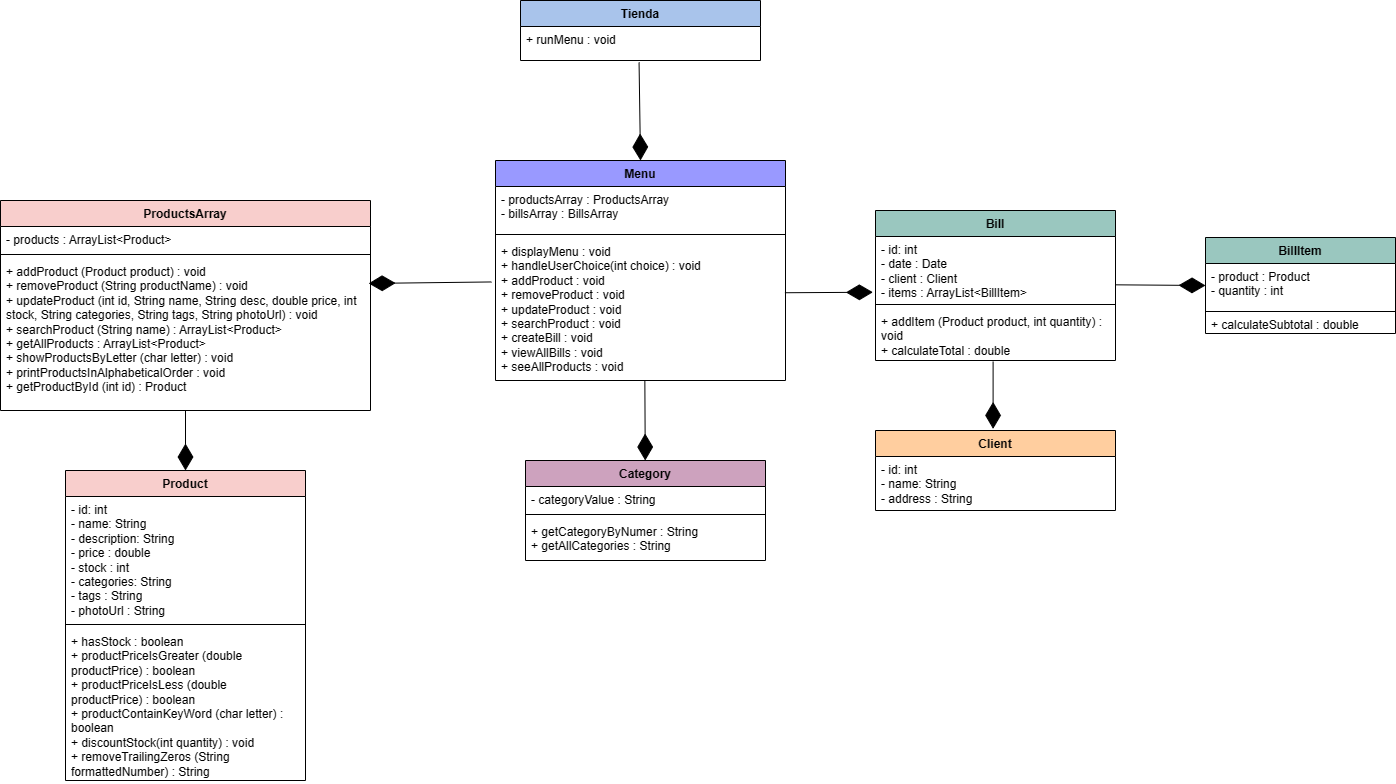
The draw.io diagram src/main/java/UML/Diagrama Tienda.drawio.png in ggomez1403/proyecto-app-tienda-ada, before a commit. Source tidied: cells renumbered, new cells last; positions are measured from the earlier drawing's top-left corner, leaving out a move shared by most shapes.
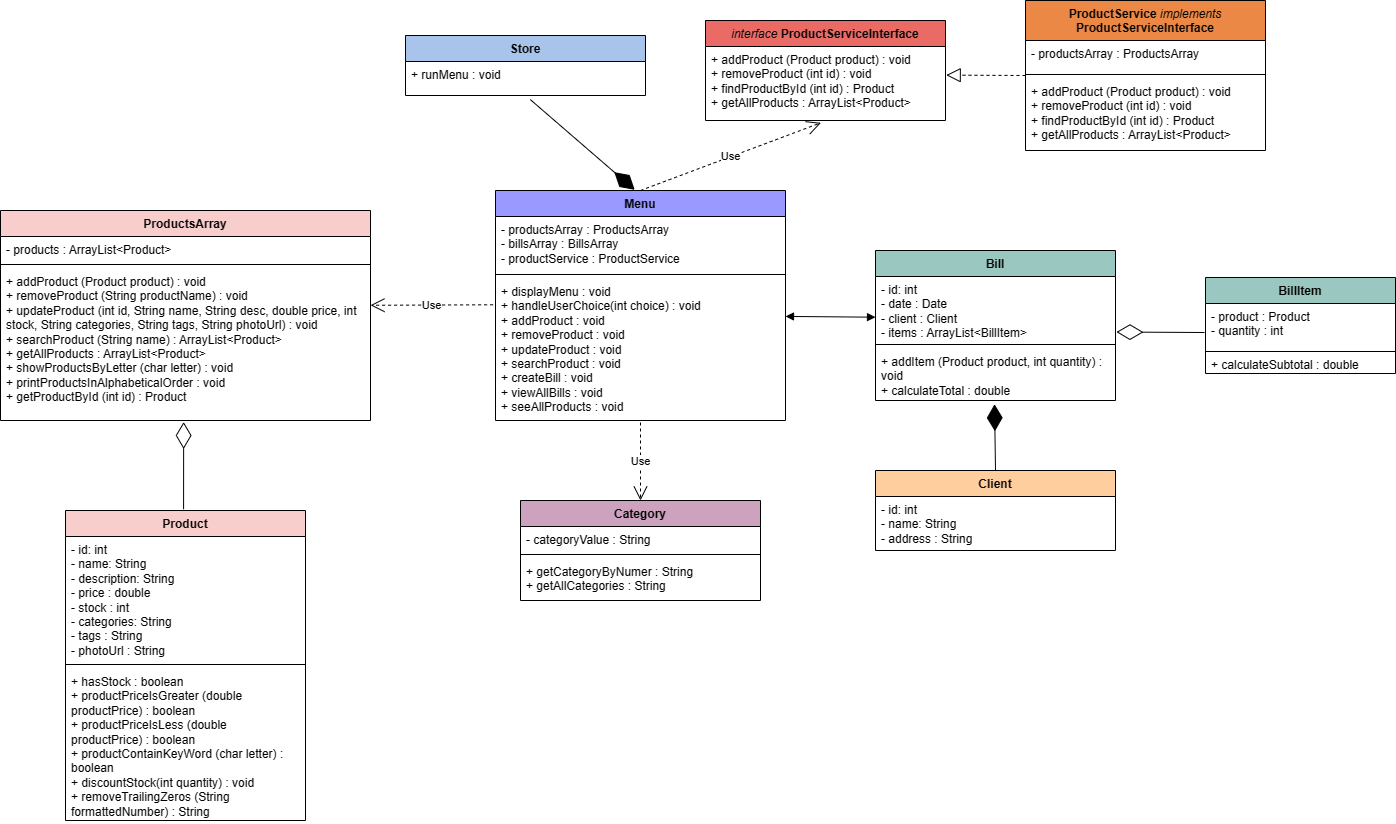
After the commit.

Commit message:
UML diagram updated with data structures and interfaces

What changed in the source:
```diff
@@ -27,7 +27,7 @@
       <mxGeometry y="78" width="190" height="18" as="geometry" />
     </mxCell>
     <mxCell id="10" value="ProductsArray" style="swimlane;fontStyle=1;align=center;verticalAlign=top;horizontal=1;startSize=26;whiteSpace=wrap;html=1;fillColor=#F8CECC;" parent="1" vertex="1">
-      <mxGeometry y="200" width="370" height="210" as="geometry" />
+      <mxGeometry y="170" width="370" height="210" as="geometry" />
     </mxCell>
     <mxCell id="11" value="- products :&amp;nbsp;ArrayList&amp;lt;Product&amp;gt;" style="text;strokeColor=none;fillColor=none;align=left;verticalAlign=top;spacingLeft=4;spacingRight=4;overflow=hidden;whiteSpace=wrap;html=1;" parent="10" vertex="1">
       <mxGeometry y="26" width="370" height="24" as="geometry" />
@@ -56,44 +56,26 @@
     <mxCell id="19" value="+ addItem (Product product, int quantity) : void&lt;br&gt;+ calculateTotal : double" style="text;strokeColor=none;fillColor=none;align=left;verticalAlign=top;spacingLeft=4;spacingRight=4;overflow=hidden;points=[[0,0.5],[1,0.5]];portConstraint=eastwest;whiteSpace=wrap;html=1;" parent="16" vertex="1">
       <mxGeometry y="98" width="240" height="52" as="geometry" />
     </mxCell>
-    <mxCell id="20" value="Tienda" style="swimlane;fontStyle=1;align=center;verticalAlign=top;horizontal=1;startSize=26;whiteSpace=wrap;html=1;fillColor=#A9C4EB;" parent="1" vertex="1">
-      <mxGeometry x="520" width="240" height="60" as="geometry" />
+    <mxCell id="20" value="Store" style="swimlane;fontStyle=1;align=center;verticalAlign=top;horizontal=1;startSize=26;whiteSpace=wrap;html=1;fillColor=#A9C4EB;" parent="1" vertex="1">
+      <mxGeometry x="405" y="-5" width="240" height="60" as="geometry" />
     </mxCell>
     <mxCell id="21" value="+ runMenu : void" style="text;strokeColor=none;fillColor=none;align=left;verticalAlign=top;spacingLeft=4;spacingRight=4;overflow=hidden;points=[[0,0.5],[1,0.5]];portConstraint=eastwest;whiteSpace=wrap;html=1;" parent="20" vertex="1">
       <mxGeometry y="26" width="240" height="34" as="geometry" />
     </mxCell>
-    <mxCell id="22" style="endArrow=diamondThin;endFill=1;endSize=24;html=1;rounded=0;entryX=0.5;entryY=0;entryDx=0;entryDy=0;exitX=0.494;exitY=1.057;exitDx=0;exitDy=0;exitPerimeter=0;" parent="1" edge="1" source="21" target="28">
-      <mxGeometry relative="1" as="geometry" />
-    </mxCell>
-    <mxCell id="23" style="endArrow=diamondThin;endFill=1;endSize=24;html=1;rounded=0;exitX=-0.014;exitY=0.306;exitDx=0;exitDy=0;exitPerimeter=0;entryX=0.995;entryY=0.164;entryDx=0;entryDy=0;entryPerimeter=0;" parent="1" edge="1" source="31" target="13">
-      <mxGeometry relative="1" as="geometry" />
-    </mxCell>
-    <mxCell id="24" style="endArrow=diamondThin;endFill=1;endSize=24;html=1;rounded=0;" parent="1" edge="1" source="13" target="2">
-      <mxGeometry relative="1" as="geometry" />
-    </mxCell>
-    <mxCell id="25" style="endArrow=diamondThin;endFill=1;endSize=24;html=1;rounded=0;exitX=0.998;exitY=0.755;exitDx=0;exitDy=0;exitPerimeter=0;entryX=0;entryY=0.5;entryDx=0;entryDy=0;" parent="1" edge="1" source="17" target="7">
-      <mxGeometry relative="1" as="geometry" />
-    </mxCell>
-    <mxCell id="26" style="endArrow=diamondThin;endFill=1;endSize=24;html=1;rounded=0;entryX=-0.011;entryY=0.871;entryDx=0;entryDy=0;entryPerimeter=0;exitX=0.998;exitY=0.382;exitDx=0;exitDy=0;exitPerimeter=0;" parent="1" edge="1" source="31" target="17">
-      <mxGeometry relative="1" as="geometry" />
-    </mxCell>
-    <mxCell id="27" style="endArrow=diamondThin;endFill=1;endSize=24;html=1;rounded=0;exitX=0.49;exitY=1.018;exitDx=0;exitDy=0;exitPerimeter=0;entryX=0.49;entryY=-0.02;entryDx=0;entryDy=0;entryPerimeter=0;" parent="1" edge="1" source="19" target="14">
-      <mxGeometry relative="1" as="geometry" />
-    </mxCell>
     <mxCell id="28" value="Menu" style="swimlane;fontStyle=1;align=center;verticalAlign=top;horizontal=1;startSize=26;whiteSpace=wrap;html=1;fillColor=#9999FF;" parent="1" vertex="1">
-      <mxGeometry x="495" y="160" width="290" height="220" as="geometry" />
+      <mxGeometry x="495" y="150" width="290" height="230" as="geometry" />
     </mxCell>
-    <mxCell id="29" value="- productsArray : ProductsArray&lt;br&gt;- billsArray : BillsArray" style="text;strokeColor=none;fillColor=none;align=left;verticalAlign=top;spacingLeft=4;spacingRight=4;overflow=hidden;whiteSpace=wrap;html=1;" parent="28" vertex="1">
-      <mxGeometry y="26" width="290" height="44" as="geometry" />
+    <mxCell id="29" value="- productsArray : ProductsArray&lt;br&gt;- billsArray : BillsArray&lt;br&gt;-&amp;nbsp;productService :&amp;nbsp;ProductService" style="text;strokeColor=none;fillColor=none;align=left;verticalAlign=top;spacingLeft=4;spacingRight=4;overflow=hidden;whiteSpace=wrap;html=1;" parent="28" vertex="1">
+      <mxGeometry y="26" width="290" height="54" as="geometry" />
     </mxCell>
     <mxCell id="30" style="line;strokeWidth=1;fillColor=none;align=left;verticalAlign=middle;spacingTop=-1;spacingLeft=3;spacingRight=3;labelPosition=right;strokeColor=inherit;" parent="28" vertex="1">
-      <mxGeometry y="70" width="290" height="8" as="geometry" />
+      <mxGeometry y="80" width="290" height="8" as="geometry" />
     </mxCell>
     <mxCell id="31" value="+ displayMenu : void&lt;br style=&quot;border-color: var(--border-color);&quot;&gt;+&amp;nbsp;handleUserChoice(int choice) : void&lt;br style=&quot;border-color: var(--border-color);&quot;&gt;+ addProduct : void&lt;br style=&quot;border-color: var(--border-color);&quot;&gt;+ removeProduct : void&lt;br style=&quot;border-color: var(--border-color);&quot;&gt;+ updateProduct : void&lt;br style=&quot;border-color: var(--border-color);&quot;&gt;+ searchProduct : void&lt;br style=&quot;border-color: var(--border-color);&quot;&gt;+ createBill : void&lt;br style=&quot;border-color: var(--border-color);&quot;&gt;+ viewAllBills : void&lt;br&gt;+ seeAllProducts : void" style="text;strokeColor=none;fillColor=none;align=left;verticalAlign=top;spacingLeft=4;spacingRight=4;overflow=hidden;points=[[0,0.5],[1,0.5]];portConstraint=eastwest;whiteSpace=wrap;html=1;" parent="28" vertex="1">
-      <mxGeometry y="78" width="290" height="142" as="geometry" />
+      <mxGeometry y="88" width="290" height="142" as="geometry" />
     </mxCell>
     <mxCell id="32" value="Category" style="swimlane;fontStyle=1;align=center;verticalAlign=top;horizontal=1;startSize=26;whiteSpace=wrap;html=1;fillColor=#CDA2BE;" parent="1" vertex="1">
-      <mxGeometry x="525" y="460" width="240" height="100" as="geometry" />
+      <mxGeometry x="520" y="460" width="240" height="100" as="geometry" />
     </mxCell>
     <mxCell id="33" value="- categoryValue : String" style="text;strokeColor=none;fillColor=none;align=left;verticalAlign=top;spacingLeft=4;spacingRight=4;overflow=hidden;whiteSpace=wrap;html=1;" parent="32" vertex="1">
       <mxGeometry y="26" width="240" height="24" as="geometry" />
@@ -104,8 +86,53 @@
     <mxCell id="35" value="+ getCategoryByNumer : String&lt;br&gt;+ getAllCategories : String" style="text;strokeColor=none;fillColor=none;align=left;verticalAlign=top;spacingLeft=4;spacingRight=4;overflow=hidden;whiteSpace=wrap;html=1;" parent="32" vertex="1">
       <mxGeometry y="58" width="240" height="42" as="geometry" />
     </mxCell>
+    <mxCell id="37" value="ProductService &lt;i style=&quot;font-weight: normal;&quot;&gt;implements &lt;/i&gt;ProductServiceInterface" style="swimlane;fontStyle=1;align=center;verticalAlign=top;horizontal=1;startSize=40;whiteSpace=wrap;html=1;fillColor=#EC8846;" parent="1" vertex="1">
+      <mxGeometry x="1025" y="-40" width="240" height="150" as="geometry" />
+    </mxCell>
+    <mxCell id="38" value="- productsArray : ProductsArray" style="text;strokeColor=none;fillColor=none;align=left;verticalAlign=top;spacingLeft=4;spacingRight=4;overflow=hidden;whiteSpace=wrap;html=1;" parent="37" vertex="1">
+      <mxGeometry y="40" width="240" height="30" as="geometry" />
+    </mxCell>
+    <mxCell id="39" style="line;strokeWidth=1;fillColor=none;align=left;verticalAlign=middle;spacingTop=-1;spacingLeft=3;spacingRight=3;labelPosition=right;strokeColor=inherit;" parent="37" vertex="1">
+      <mxGeometry y="70" width="240" height="8" as="geometry" />
+    </mxCell>
+    <mxCell id="40" value="+ addProduct (Product product) : void&lt;br&gt;+ removeProduct (int id) : void&lt;br&gt;+ findProductById (int id) : Product&lt;br&gt;+ getAllProducts : ArrayList&amp;lt;Product&amp;gt;" style="text;strokeColor=none;fillColor=none;align=left;verticalAlign=top;spacingLeft=4;spacingRight=4;overflow=hidden;whiteSpace=wrap;html=1;" parent="37" vertex="1">
+      <mxGeometry y="78" width="240" height="72" as="geometry" />
+    </mxCell>
+    <mxCell id="41" value="&lt;span style=&quot;font-weight: normal;&quot;&gt;&lt;i&gt;interface &lt;/i&gt;&lt;/span&gt;ProductServiceInterface" style="swimlane;fontStyle=1;align=center;verticalAlign=top;horizontal=1;startSize=26;whiteSpace=wrap;html=1;fillColor=#EA6B66;" parent="1" vertex="1">
+      <mxGeometry x="705" y="-20" width="240" height="100" as="geometry" />
+    </mxCell>
+    <mxCell id="42" value="+ addProduct (Product product) : void&lt;br style=&quot;border-color: var(--border-color);&quot;&gt;+ removeProduct (int id) : void&lt;br style=&quot;border-color: var(--border-color);&quot;&gt;+ findProductById (int id) : Product&lt;br style=&quot;border-color: var(--border-color);&quot;&gt;+ getAllProducts : ArrayList&amp;lt;Product&amp;gt;" style="text;strokeColor=none;fillColor=none;align=left;verticalAlign=top;spacingLeft=4;spacingRight=4;overflow=hidden;points=[[0,0.5],[1,0.5]];portConstraint=eastwest;whiteSpace=wrap;html=1;" parent="41" vertex="1">
+      <mxGeometry y="26" width="240" height="74" as="geometry" />
+    </mxCell>
+    <mxCell id="43" style="endArrow=diamondThin;endFill=0;endSize=24;html=1;rounded=0;exitX=-0.005;exitY=0.659;exitDx=0;exitDy=0;exitPerimeter=0;entryX=1.004;entryY=0.868;entryDx=0;entryDy=0;entryPerimeter=0;" parent="1" edge="1" source="7" target="17">
+      <mxGeometry relative="1" as="geometry" />
+    </mxCell>
+    <mxCell id="44" value="Use" style="endArrow=open;endSize=12;dashed=1;html=1;rounded=0;exitX=0.5;exitY=0;exitDx=0;exitDy=0;entryX=0.481;entryY=1.031;entryDx=0;entryDy=0;entryPerimeter=0;" parent="1" edge="1" source="28" target="42">
+      <mxGeometry relative="1" as="geometry" />
+    </mxCell>
+    <mxCell id="45" style="endArrow=block;dashed=1;endFill=0;endSize=12;html=1;rounded=0;exitX=0;exitY=0.5;exitDx=0;exitDy=0;entryX=1.003;entryY=0.387;entryDx=0;entryDy=0;entryPerimeter=0;" parent="1" edge="1" source="37" target="42">
+      <mxGeometry relative="1" as="geometry" />
+    </mxCell>
+    <mxCell id="46" style="endArrow=diamondThin;endFill=0;endSize=24;html=1;rounded=0;exitX=0.492;exitY=-0.004;exitDx=0;exitDy=0;entryX=0.495;entryY=1.01;entryDx=0;entryDy=0;entryPerimeter=0;exitPerimeter=0;" parent="1" edge="1" source="2" target="13">
+      <mxGeometry relative="1" as="geometry" />
+    </mxCell>
+    <mxCell id="47" style="endArrow=diamondThin;endFill=1;endSize=24;html=1;rounded=0;entryX=0.496;entryY=1.073;entryDx=0;entryDy=0;entryPerimeter=0;exitX=0.5;exitY=0;exitDx=0;exitDy=0;" parent="1" edge="1" source="14" target="19">
+      <mxGeometry relative="1" as="geometry" />
+    </mxCell>
+    <mxCell id="48" value="Use" style="endArrow=open;endSize=12;dashed=1;html=1;rounded=0;exitX=-0.007;exitY=-0.016;exitDx=0;exitDy=0;exitPerimeter=0;entryX=1.001;entryY=0.054;entryDx=0;entryDy=0;entryPerimeter=0;" parent="1" edge="1">
+      <mxGeometry relative="1" as="geometry">
+        <mxPoint x="492.6" y="264.3" as="sourcePoint" />
+        <mxPoint x="370" y="264.8" as="targetPoint" />
+      </mxGeometry>
+    </mxCell>
-    <mxCell id="36" style="endArrow=diamondThin;endFill=1;endSize=24;html=1;rounded=0;exitX=0.515;exitY=0.997;exitDx=0;exitDy=0;exitPerimeter=0;" parent="1" edge="1" source="31" target="32">
+    <mxCell id="36" value="Use" style="endArrow=open;endSize=12;dashed=1;html=1;rounded=0;exitX=0.5;exitY=1.014;exitDx=0;exitDy=0;exitPerimeter=0;entryX=0.5;entryY=0;entryDx=0;entryDy=0;" parent="1" edge="1" source="31" target="32">
       <mxGeometry relative="1" as="geometry" />
     </mxCell>
+    <mxCell id="22" style="endArrow=diamondThin;endFill=1;endSize=24;html=1;rounded=0;exitX=0.52;exitY=1.12;exitDx=0;exitDy=0;exitPerimeter=0;entryX=0.48;entryY=-0.003;entryDx=0;entryDy=0;entryPerimeter=0;" parent="1" edge="1" source="21" target="28">
+      <mxGeometry relative="1" as="geometry" />
+    </mxCell>
+    <mxCell id="26" style="endArrow=block;startArrow=block;endFill=1;startFill=1;html=1;rounded=0;exitX=1;exitY=0.267;exitDx=0;exitDy=0;exitPerimeter=0;entryX=0;entryY=0.636;entryDx=0;entryDy=0;entryPerimeter=0;" parent="1" edge="1" source="31" target="17">
+      <mxGeometry relative="1" as="geometry" />
+    </mxCell>
   </root>
 </mxGraphModel>
```
